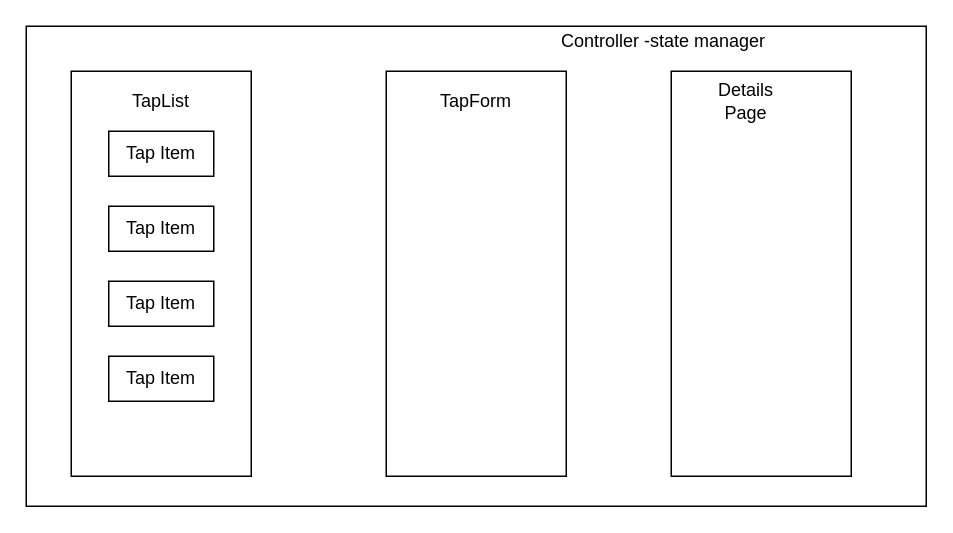
Before: Untitled Diagram.drawio in OkilyDokily/tap-room, a draw.io diagram. Source tidied: cells renumbered, new cells numbered last; positions are measured from the earlier drawing's top-left corner, leaving out a move shared by most shapes. Both pictures are drawn from the tidied source at 150%, with x=0, y=0 at pixel (26, 26).
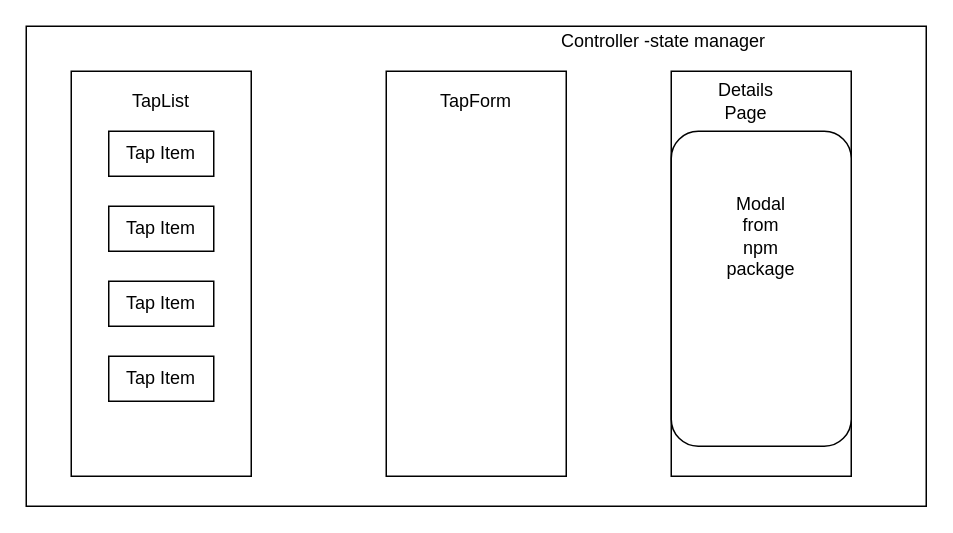
Above is the later version.

Diff of the diagram source:
```diff
@@
 <mxGraphModel>
   <root>
     <mxCell id="0" />
     <mxCell id="1" parent="0" />
     <mxCell id="2" style="rounded=0;whiteSpace=wrap;html=1;" parent="1" vertex="1">
       <mxGeometry width="600" height="320" as="geometry" />
     </mxCell>
     <mxCell id="3" value="Controller -state manager" style="text;html=1;strokeColor=none;fillColor=none;align=center;verticalAlign=middle;whiteSpace=wrap;rounded=0;" parent="1" vertex="1">
       <mxGeometry x="330" width="190" height="20" as="geometry" />
     </mxCell>
     <mxCell id="4" style="rounded=0;whiteSpace=wrap;html=1;" parent="1" vertex="1">
       <mxGeometry x="30" y="30" width="120" height="270" as="geometry" />
     </mxCell>
     <mxCell id="5" value="TapList" style="text;html=1;strokeColor=none;fillColor=none;align=center;verticalAlign=middle;whiteSpace=wrap;rounded=0;" parent="1" vertex="1">
       <mxGeometry x="70" y="40" width="40" height="20" as="geometry" />
     </mxCell>
     <mxCell id="6" value="Tap Item" style="rounded=0;whiteSpace=wrap;html=1;" parent="1" vertex="1">
       <mxGeometry x="55" y="70" width="70" height="30" as="geometry" />
     </mxCell>
     <mxCell id="7" value="Tap Item" style="rounded=0;whiteSpace=wrap;html=1;" parent="1" vertex="1">
       <mxGeometry x="55" y="120" width="70" height="30" as="geometry" />
     </mxCell>
     <mxCell id="8" value="Tap Item" style="rounded=0;whiteSpace=wrap;html=1;" parent="1" vertex="1">
       <mxGeometry x="55" y="170" width="70" height="30" as="geometry" />
     </mxCell>
     <mxCell id="9" value="Tap Item" style="rounded=0;whiteSpace=wrap;html=1;" parent="1" vertex="1">
       <mxGeometry x="55" y="220" width="70" height="30" as="geometry" />
     </mxCell>
     <mxCell id="10" style="rounded=0;whiteSpace=wrap;html=1;" parent="1" vertex="1">
       <mxGeometry x="240" y="30" width="120" height="270" as="geometry" />
     </mxCell>
     <mxCell id="11" value="TapForm" style="text;html=1;strokeColor=none;fillColor=none;align=center;verticalAlign=middle;whiteSpace=wrap;rounded=0;" parent="1" vertex="1">
       <mxGeometry x="280" y="40" width="40" height="20" as="geometry" />
     </mxCell>
     <mxCell id="12" style="rounded=0;whiteSpace=wrap;html=1;" parent="1" vertex="1">
       <mxGeometry x="430" y="30" width="120" height="270" as="geometry" />
     </mxCell>
     <mxCell id="13" value="Details Page" style="text;html=1;strokeColor=none;fillColor=none;align=center;verticalAlign=middle;whiteSpace=wrap;rounded=0;" parent="1" vertex="1">
       <mxGeometry x="460" y="40" width="40" height="20" as="geometry" />
     </mxCell>
+    <mxCell id="14" style="rounded=1;whiteSpace=wrap;html=1;" parent="1" vertex="1">
+      <mxGeometry x="430" y="70" width="120" height="210" as="geometry" />
+    </mxCell>
+    <mxCell id="15" value="Modal from npm package" style="text;html=1;strokeColor=none;fillColor=none;align=center;verticalAlign=middle;whiteSpace=wrap;rounded=0;" parent="1" vertex="1">
+      <mxGeometry x="470" y="100" width="40" height="80" as="geometry" />
+    </mxCell>
   </root>
 </mxGraphModel>
```
